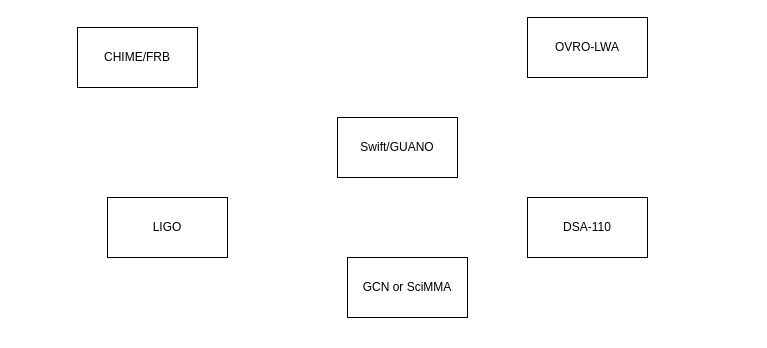
Before: drawio/diagram.drawio.xml in ovrocaltech/ovro-alert, a draw.io diagram. Source tidied: cells renumbered, new cells numbered last; positions are measured from the earlier drawing's top-left corner, leaving out a move shared by most shapes. Both pictures are drawn from the tidied source at 100%, with x=0, y=0 at pixel (77, 17).
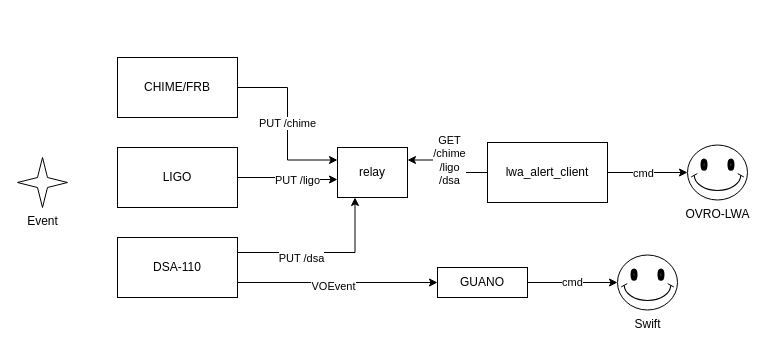
The same page after the edit.

The edit, as a diff of the source:
```diff
@@
+    <mxCell id="8" value="PUT /chime" style="edgeStyle=orthogonalEdgeStyle;rounded=0;jettySize=auto;html=1;exitX=1;exitY=0.5;exitDx=0;exitDy=0;entryX=0;entryY=0.25;entryDx=0;entryDy=0;" parent="1" edge="1" source="2" target="20">
+      <mxGeometry relative="1" as="geometry">
+        <Array as="points">
+          <mxPoint x="210" y="70" />
+          <mxPoint x="210" y="143" />
+        </Array>
+      </mxGeometry>
+    </mxCell>
     <mxCell id="2" value="CHIME/FRB" style="rounded=0;whiteSpace=wrap;html=1;" parent="1" vertex="1">
-      <mxGeometry y="10" width="120" height="60" as="geometry" />
+      <mxGeometry x="40" y="40" width="120" height="60" as="geometry" />
     </mxCell>
+    <mxCell id="9" style="edgeStyle=orthogonalEdgeStyle;rounded=0;jettySize=auto;html=1;exitX=0;exitY=0.5;exitDx=0;exitDy=0;entryX=1;entryY=0.25;entryDx=0;entryDy=0;" parent="1" edge="1" source="3" target="20">
+      <mxGeometry relative="1" as="geometry" />
+    </mxCell>
+    <mxCell id="10" value="&lt;div&gt;GET&lt;/div&gt;&lt;div&gt;/chime&lt;/div&gt;&lt;div&gt;/ligo&lt;/div&gt;&lt;div&gt;/dsa&lt;br&gt;&lt;/div&gt;" style="edgeLabel;html=1;align=center;verticalAlign=middle;" parent="9" vertex="1">
+      <mxGeometry x="0.78" y="2" relative="1" as="geometry">
+        <mxPoint x="31" y="-2" as="offset" />
+      </mxGeometry>
+    </mxCell>
+    <mxCell id="11" style="edgeStyle=orthogonalEdgeStyle;rounded=0;jettySize=auto;html=1;exitX=1;exitY=0.5;exitDx=0;exitDy=0;entryX=0;entryY=0.5;entryDx=0;entryDy=0;entryPerimeter=0;" parent="1" edge="1" source="3" target="23">
+      <mxGeometry relative="1" as="geometry" />
+    </mxCell>
+    <mxCell id="12" value="cmd" style="edgeLabel;html=1;align=center;verticalAlign=middle;" parent="11" vertex="1">
+      <mxGeometry x="-0.12" relative="1" as="geometry" />
+    </mxCell>
-    <mxCell id="3" value="OVRO-LWA" style="rounded=0;whiteSpace=wrap;html=1;" parent="1" vertex="1">
-      <mxGeometry x="450" width="120" height="60" as="geometry" />
+    <mxCell id="3" value="lwa_alert_client" style="rounded=0;whiteSpace=wrap;html=1;" parent="1" vertex="1">
+      <mxGeometry x="410" y="125" width="120" height="60" as="geometry" />
     </mxCell>
+    <mxCell id="13" style="edgeStyle=orthogonalEdgeStyle;rounded=0;jettySize=auto;html=1;exitX=1;exitY=0.25;exitDx=0;exitDy=0;entryX=0.25;entryY=1;entryDx=0;entryDy=0;" parent="1" edge="1" source="4" target="20">
+      <mxGeometry relative="1" as="geometry" />
+    </mxCell>
+    <mxCell id="14" value="PUT /dsa" style="edgeLabel;html=1;align=center;verticalAlign=middle;" parent="13" vertex="1">
+      <mxGeometry x="0.04" relative="1" as="geometry">
+        <mxPoint x="-27" y="5" as="offset" />
+      </mxGeometry>
+    </mxCell>
+    <mxCell id="15" style="edgeStyle=orthogonalEdgeStyle;rounded=0;jettySize=auto;html=1;exitX=1;exitY=0.75;exitDx=0;exitDy=0;entryX=0;entryY=0.5;entryDx=0;entryDy=0;" parent="1" edge="1" source="4" target="6">
+      <mxGeometry relative="1" as="geometry" />
+    </mxCell>
+    <mxCell id="16" value="VOEvent" style="edgeLabel;html=1;align=center;verticalAlign=middle;" parent="15" vertex="1">
+      <mxGeometry x="-0.05" y="-3" relative="1" as="geometry" />
+    </mxCell>
     <mxCell id="4" value="DSA-110" style="rounded=0;whiteSpace=wrap;html=1;" parent="1" vertex="1">
-      <mxGeometry x="450" y="180" width="120" height="60" as="geometry" />
+      <mxGeometry x="40" y="220" width="120" height="60" as="geometry" />
     </mxCell>
+    <mxCell id="17" style="edgeStyle=orthogonalEdgeStyle;rounded=0;jettySize=auto;html=1;exitX=1;exitY=0.5;exitDx=0;exitDy=0;entryX=0;entryY=0.64;entryDx=0;entryDy=0;entryPerimeter=0;" parent="1" edge="1" source="5" target="20">
+      <mxGeometry relative="1" as="geometry" />
+    </mxCell>
+    <mxCell id="18" value="&lt;div&gt;PUT /ligo&lt;/div&gt;" style="edgeLabel;html=1;align=center;verticalAlign=middle;" parent="17" vertex="1">
+      <mxGeometry x="0.58" y="-4" relative="1" as="geometry">
+        <mxPoint x="-20" y="-4" as="offset" />
+      </mxGeometry>
+    </mxCell>
     <mxCell id="5" value="LIGO" style="rounded=0;whiteSpace=wrap;html=1;" parent="1" vertex="1">
-      <mxGeometry x="30" y="180" width="120" height="60" as="geometry" />
+      <mxGeometry x="40" y="130" width="120" height="60" as="geometry" />
     </mxCell>
+    <mxCell id="19" value="cmd" style="edgeStyle=orthogonalEdgeStyle;rounded=0;jettySize=auto;html=1;exitX=1;exitY=0.5;exitDx=0;exitDy=0;entryX=0;entryY=0.5;entryDx=0;entryDy=0;entryPerimeter=0;" parent="1" edge="1" source="6" target="22">
+      <mxGeometry relative="1" as="geometry" />
+    </mxCell>
-    <mxCell id="6" value="&lt;div&gt;Swift/GUANO&lt;/div&gt;" style="rounded=0;whiteSpace=wrap;html=1;" parent="1" vertex="1">
-      <mxGeometry x="260" y="100" width="120" height="60" as="geometry" />
+    <mxCell id="6" value="&lt;div&gt;GUANO&lt;/div&gt;" style="rounded=0;whiteSpace=wrap;html=1;" parent="1" vertex="1">
+      <mxGeometry x="360" y="250" width="90" height="30" as="geometry" />
     </mxCell>
-    <mxCell id="7" value="GCN or SciMMA" style="rounded=0;whiteSpace=wrap;html=1;" parent="1" vertex="1">
-      <mxGeometry x="270" y="240" width="120" height="60" as="geometry" />
-    </mxCell>
+    <mxCell id="20" value="&lt;div&gt;relay&lt;/div&gt;" style="rounded=0;whiteSpace=wrap;html=1;glass=0;shadow=0;" parent="1" vertex="1">
+      <mxGeometry x="260" y="130" width="70" height="50" as="geometry" />
+    </mxCell>
+    <mxCell id="21" value="Event" style="verticalLabelPosition=bottom;verticalAlign=top;html=1;shape=mxgraph.basic.4_point_star_2;dx=0.8;" parent="1" vertex="1">
+      <mxGeometry x="-60" y="140" width="50" height="50" as="geometry" />
+    </mxCell>
+    <mxCell id="22" value="Swift" style="verticalLabelPosition=bottom;verticalAlign=top;html=1;shape=mxgraph.basic.smiley;" parent="1" vertex="1">
+      <mxGeometry x="540" y="237.5" width="60" height="55" as="geometry" />
+    </mxCell>
+    <mxCell id="23" value="OVRO-LWA" style="verticalLabelPosition=bottom;verticalAlign=top;html=1;shape=mxgraph.basic.smiley;" parent="1" vertex="1">
+      <mxGeometry x="610" y="127.5" width="60" height="55" as="geometry" />
+    </mxCell>
+    <mxCell id="24" style="edgeStyle=orthogonalEdgeStyle;rounded=0;orthogonalLoop=1;jettySize=auto;html=1;exitX=0.5;exitY=1;exitDx=0;exitDy=0;" parent="1" edge="1" source="6" target="6">
+      <mxGeometry relative="1" as="geometry" />
+    </mxCell>
```
